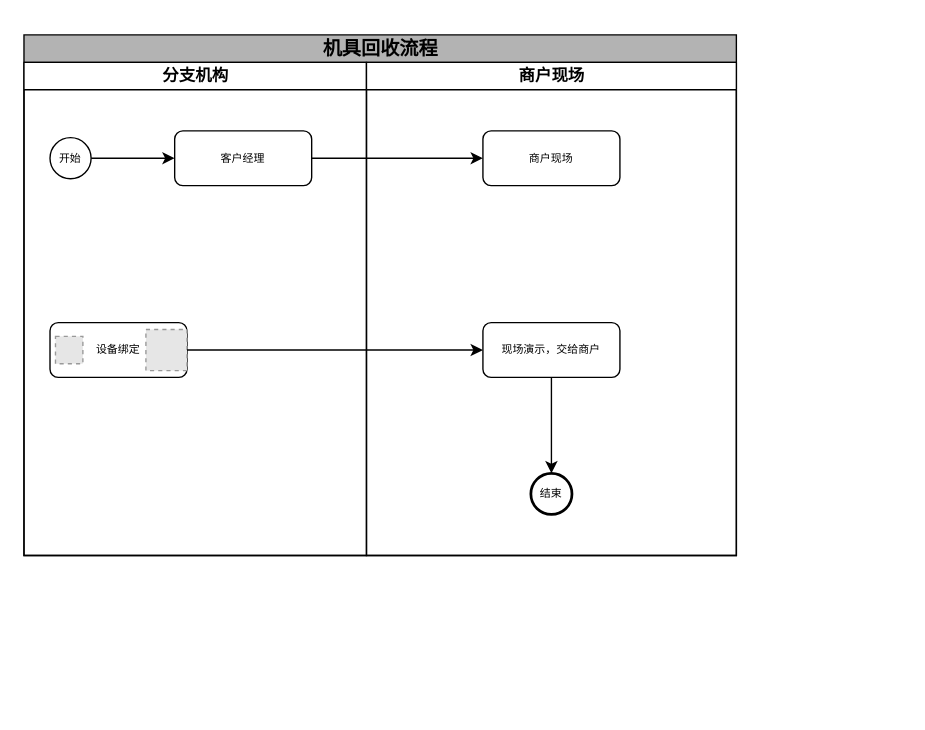
Before: 设备回收流程.drawio in zhao123456/draw, a draw.io diagram. Source tidied: cells renumbered, new cells numbered last; positions are measured from the earlier drawing's top-left corner, leaving out a move shared by most shapes. Both pictures are drawn from the tidied source at 137%, with x=0, y=0 at pixel (23, 34). Pictures stored in the file or linked from it are replaced by grey dashed boxes.
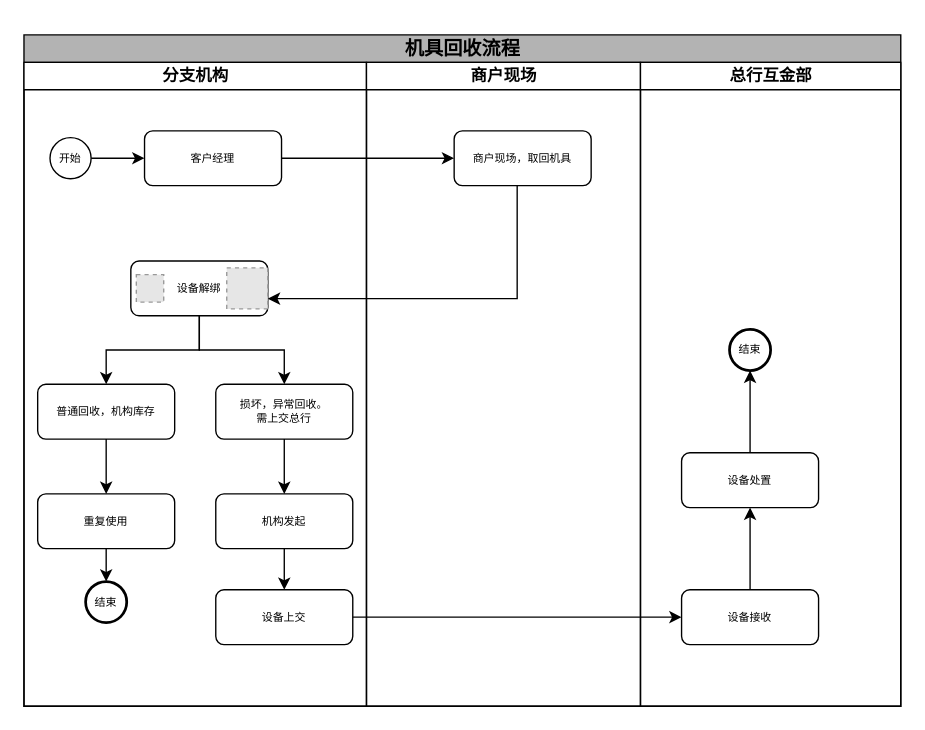
The same diagram, later.

Commit message (it also covers changes not shown here):
更新设备回收流程.drawio

The edit, as a diff of the source:
```diff
@@
     <mxCell id="2" value="&lt;h2&gt;&lt;span style=&quot;font-size: 14px;&quot;&gt;机具回收流程&lt;/span&gt;&lt;/h2&gt;" style="swimlane;html=1;startSize=20;rounded=0;shadow=0;labelBackgroundColor=none;strokeWidth=1;fontFamily=Verdana;fontSize=8;align=center;fillColor=#B3B3B3;" parent="1" vertex="1">
-      <mxGeometry width="520" height="380" as="geometry" />
+      <mxGeometry width="640" height="490" as="geometry" />
     </mxCell>
+    <mxCell id="16" style="edgeStyle=orthogonalEdgeStyle;rounded=0;jettySize=auto;html=1;entryX=0;entryY=0.5;entryDx=0;entryDy=0;" parent="2" edge="1" source="6" target="14">
+      <mxGeometry relative="1" as="geometry" />
+    </mxCell>
+    <mxCell id="17" style="edgeStyle=orthogonalEdgeStyle;rounded=0;jettySize=auto;html=1;entryX=1;entryY=0.75;entryDx=0;entryDy=0;" parent="2" edge="1" source="14" target="8">
+      <mxGeometry relative="1" as="geometry">
+        <Array as="points">
+          <mxPoint x="360" y="193" />
+        </Array>
+      </mxGeometry>
+    </mxCell>
     <mxCell id="3" value="分支机构" style="swimlane;html=1;startSize=20;" parent="2" vertex="1">
-      <mxGeometry y="20" width="250" height="360" as="geometry" />
+      <mxGeometry y="20" width="250" height="470" as="geometry" />
     </mxCell>
@@
     <mxCell id="6" value="客户经理" style="rounded=1;whiteSpace=wrap;html=1;shadow=0;labelBackgroundColor=none;strokeWidth=1;fontFamily=Verdana;fontSize=8;align=center;" parent="3" vertex="1">
-      <mxGeometry x="110" y="50" width="100" height="40" as="geometry" />
+      <mxGeometry x="88" y="50" width="100" height="40" as="geometry" />
     </mxCell>
+    <mxCell id="18" style="edgeStyle=orthogonalEdgeStyle;rounded=0;jettySize=auto;html=1;entryX=0.5;entryY=0;entryDx=0;entryDy=0;" parent="3" edge="1" source="7" target="21">
+      <mxGeometry relative="1" as="geometry" />
+    </mxCell>
+    <mxCell id="15" style="edgeStyle=orthogonalEdgeStyle;rounded=0;jettySize=auto;html=1;entryX=0.5;entryY=0;entryDx=0;entryDy=0;" parent="3" edge="1" source="7" target="12">
+      <mxGeometry relative="1" as="geometry" />
+    </mxCell>
-    <mxCell id="7" value="设备绑定" style="rounded=1;whiteSpace=wrap;html=1;shadow=0;labelBackgroundColor=none;strokeWidth=1;fontFamily=Verdana;fontSize=8;align=center;" parent="3" vertex="1">
-      <mxGeometry x="19" y="190" width="100" height="40" as="geometry" />
+    <mxCell id="7" value="设备解绑" style="rounded=1;whiteSpace=wrap;html=1;shadow=0;labelBackgroundColor=none;strokeWidth=1;fontFamily=Verdana;fontSize=8;align=center;" parent="3" vertex="1">
+      <mxGeometry x="78" y="145" width="100" height="40" as="geometry" />
     </mxCell>
     <mxCell id="8" style="fillColor=#E6E6E6;strokeColor=#999999;dashed=1;verticalLabelPosition=bottom;labelBackgroundColor=default;verticalAlign=top;" parent="3" vertex="1">
-      <mxGeometry x="89" y="195" width="30" height="30" as="geometry" />
+      <mxGeometry x="148" y="150" width="30" height="30" as="geometry" />
     </mxCell>
     <mxCell id="9" style="fillColor=#E6E6E6;strokeColor=#999999;dashed=1;verticalLabelPosition=bottom;labelBackgroundColor=default;verticalAlign=top;" parent="3" vertex="1">
-      <mxGeometry x="23" y="200" width="20" height="20" as="geometry" />
+      <mxGeometry x="82" y="155" width="20" height="20" as="geometry" />
     </mxCell>
+    <mxCell id="19" style="edgeStyle=orthogonalEdgeStyle;rounded=0;jettySize=auto;html=1;entryX=0.5;entryY=0;entryDx=0;entryDy=0;" parent="3" edge="1" source="12" target="23">
+      <mxGeometry relative="1" as="geometry" />
+    </mxCell>
+    <mxCell id="12" value="损坏，异常回收。&lt;div&gt;需上交总行&lt;/div&gt;" style="rounded=1;whiteSpace=wrap;html=1;shadow=0;labelBackgroundColor=none;strokeWidth=1;fontFamily=Verdana;fontSize=8;align=center;" parent="3" vertex="1">
+      <mxGeometry x="140" y="235" width="100" height="40" as="geometry" />
+    </mxCell>
+    <mxCell id="20" style="edgeStyle=orthogonalEdgeStyle;rounded=0;jettySize=auto;html=1;entryX=0.5;entryY=0;entryDx=0;entryDy=0;" parent="3" edge="1" source="21" target="26">
+      <mxGeometry relative="1" as="geometry" />
+    </mxCell>
+    <mxCell id="21" value="普通回收，机构库存" style="rounded=1;whiteSpace=wrap;html=1;shadow=0;labelBackgroundColor=none;strokeWidth=1;fontFamily=Verdana;fontSize=8;align=center;" parent="3" vertex="1">
+      <mxGeometry x="10" y="235" width="100" height="40" as="geometry" />
+    </mxCell>
+    <mxCell id="22" style="edgeStyle=orthogonalEdgeStyle;rounded=0;jettySize=auto;html=1;entryX=0.5;entryY=0;entryDx=0;entryDy=0;" parent="3" edge="1" source="23" target="24">
+      <mxGeometry relative="1" as="geometry" />
+    </mxCell>
+    <mxCell id="23" value="机构发起" style="rounded=1;whiteSpace=wrap;html=1;shadow=0;labelBackgroundColor=none;strokeWidth=1;fontFamily=Verdana;fontSize=8;align=center;" parent="3" vertex="1">
+      <mxGeometry x="140" y="315" width="100" height="40" as="geometry" />
+    </mxCell>
+    <mxCell id="24" value="设备上交" style="rounded=1;whiteSpace=wrap;html=1;shadow=0;labelBackgroundColor=none;strokeWidth=1;fontFamily=Verdana;fontSize=8;align=center;" parent="3" vertex="1">
+      <mxGeometry x="140" y="385" width="100" height="40" as="geometry" />
+    </mxCell>
+    <mxCell id="13" value="结束" style="ellipse;whiteSpace=wrap;html=1;rounded=0;shadow=0;labelBackgroundColor=none;strokeWidth=2;fontFamily=Verdana;fontSize=8;align=center;" parent="3" vertex="1">
+      <mxGeometry x="45" y="379" width="30" height="30" as="geometry" />
+    </mxCell>
+    <mxCell id="25" style="edgeStyle=orthogonalEdgeStyle;rounded=0;jettySize=auto;html=1;" parent="3" edge="1" source="26" target="13">
+      <mxGeometry relative="1" as="geometry" />
+    </mxCell>
+    <mxCell id="26" value="重复使用" style="rounded=1;whiteSpace=wrap;html=1;shadow=0;labelBackgroundColor=none;strokeWidth=1;fontFamily=Verdana;fontSize=8;align=center;" parent="3" vertex="1">
+      <mxGeometry x="10" y="315" width="100" height="40" as="geometry" />
+    </mxCell>
     <mxCell id="10" value="商户现场" style="swimlane;html=1;startSize=20;" parent="2" vertex="1">
-      <mxGeometry x="250" y="20" width="270" height="360" as="geometry" />
+      <mxGeometry x="250" y="20" width="200" height="470" as="geometry" />
     </mxCell>
-    <mxCell id="11" style="edgeStyle=orthogonalEdgeStyle;rounded=0;jettySize=auto;html=1;" parent="10" edge="1" source="12" target="13">
-      <mxGeometry relative="1" as="geometry" />
-    </mxCell>
-    <mxCell id="12" value="现场演示，交给商户" style="rounded=1;whiteSpace=wrap;html=1;shadow=0;labelBackgroundColor=none;strokeWidth=1;fontFamily=Verdana;fontSize=8;align=center;" parent="10" vertex="1">
-      <mxGeometry x="85" y="190" width="100" height="40" as="geometry" />
-    </mxCell>
-    <mxCell id="13" value="结束" style="ellipse;whiteSpace=wrap;html=1;rounded=0;shadow=0;labelBackgroundColor=none;strokeWidth=2;fontFamily=Verdana;fontSize=8;align=center;" parent="10" vertex="1">
-      <mxGeometry x="120" y="300" width="30" height="30" as="geometry" />
-    </mxCell>
-    <mxCell id="14" value="商户现场" style="rounded=1;whiteSpace=wrap;html=1;shadow=0;labelBackgroundColor=none;strokeWidth=1;fontFamily=Verdana;fontSize=8;align=center;" parent="10" vertex="1">
-      <mxGeometry x="85" y="50" width="100" height="40" as="geometry" />
+    <mxCell id="14" value="商户现场，取回机具" style="rounded=1;whiteSpace=wrap;html=1;shadow=0;labelBackgroundColor=none;strokeWidth=1;fontFamily=Verdana;fontSize=8;align=center;" parent="10" vertex="1">
+      <mxGeometry x="64" y="50" width="100" height="40" as="geometry" />
     </mxCell>
-    <mxCell id="15" style="edgeStyle=orthogonalEdgeStyle;rounded=0;jettySize=auto;html=1;entryX=0;entryY=0.5;entryDx=0;entryDy=0;" parent="2" edge="1" source="7" target="12">
-      <mxGeometry relative="1" as="geometry" />
-    </mxCell>
-    <mxCell id="16" style="edgeStyle=orthogonalEdgeStyle;rounded=0;jettySize=auto;html=1;entryX=0;entryY=0.5;entryDx=0;entryDy=0;" parent="2" edge="1" source="6" target="14">
-      <mxGeometry relative="1" as="geometry" />
-    </mxCell>
+    <mxCell id="27" value="总行互金部" style="swimlane;html=1;startSize=20;" parent="2" vertex="1">
+      <mxGeometry x="450" y="20" width="190" height="470" as="geometry" />
+    </mxCell>
+    <mxCell id="28" value="结束" style="ellipse;whiteSpace=wrap;html=1;rounded=0;shadow=0;labelBackgroundColor=none;strokeWidth=2;fontFamily=Verdana;fontSize=8;align=center;" parent="27" vertex="1">
+      <mxGeometry x="65" y="195" width="30" height="30" as="geometry" />
+    </mxCell>
+    <mxCell id="29" style="edgeStyle=orthogonalEdgeStyle;rounded=0;jettySize=auto;html=1;entryX=0.5;entryY=1;entryDx=0;entryDy=0;" parent="27" edge="1" source="30" target="32">
+      <mxGeometry relative="1" as="geometry" />
+    </mxCell>
+    <mxCell id="30" value="设备接收" style="rounded=1;whiteSpace=wrap;html=1;shadow=0;labelBackgroundColor=none;strokeWidth=1;fontFamily=Verdana;fontSize=8;align=center;" parent="27" vertex="1">
+      <mxGeometry x="30" y="385" width="100" height="40" as="geometry" />
+    </mxCell>
+    <mxCell id="31" style="edgeStyle=orthogonalEdgeStyle;rounded=0;jettySize=auto;html=1;entryX=0.5;entryY=1;entryDx=0;entryDy=0;" parent="27" edge="1" source="32" target="28">
+      <mxGeometry relative="1" as="geometry" />
+    </mxCell>
+    <mxCell id="32" value="设备处置" style="rounded=1;whiteSpace=wrap;html=1;shadow=0;labelBackgroundColor=none;strokeWidth=1;fontFamily=Verdana;fontSize=8;align=center;" parent="27" vertex="1">
+      <mxGeometry x="30" y="285" width="100" height="40" as="geometry" />
+    </mxCell>
+    <mxCell id="33" style="edgeStyle=orthogonalEdgeStyle;rounded=0;jettySize=auto;html=1;entryX=0;entryY=0.5;entryDx=0;entryDy=0;" parent="2" edge="1" source="24" target="30">
+      <mxGeometry relative="1" as="geometry" />
+    </mxCell>
```
